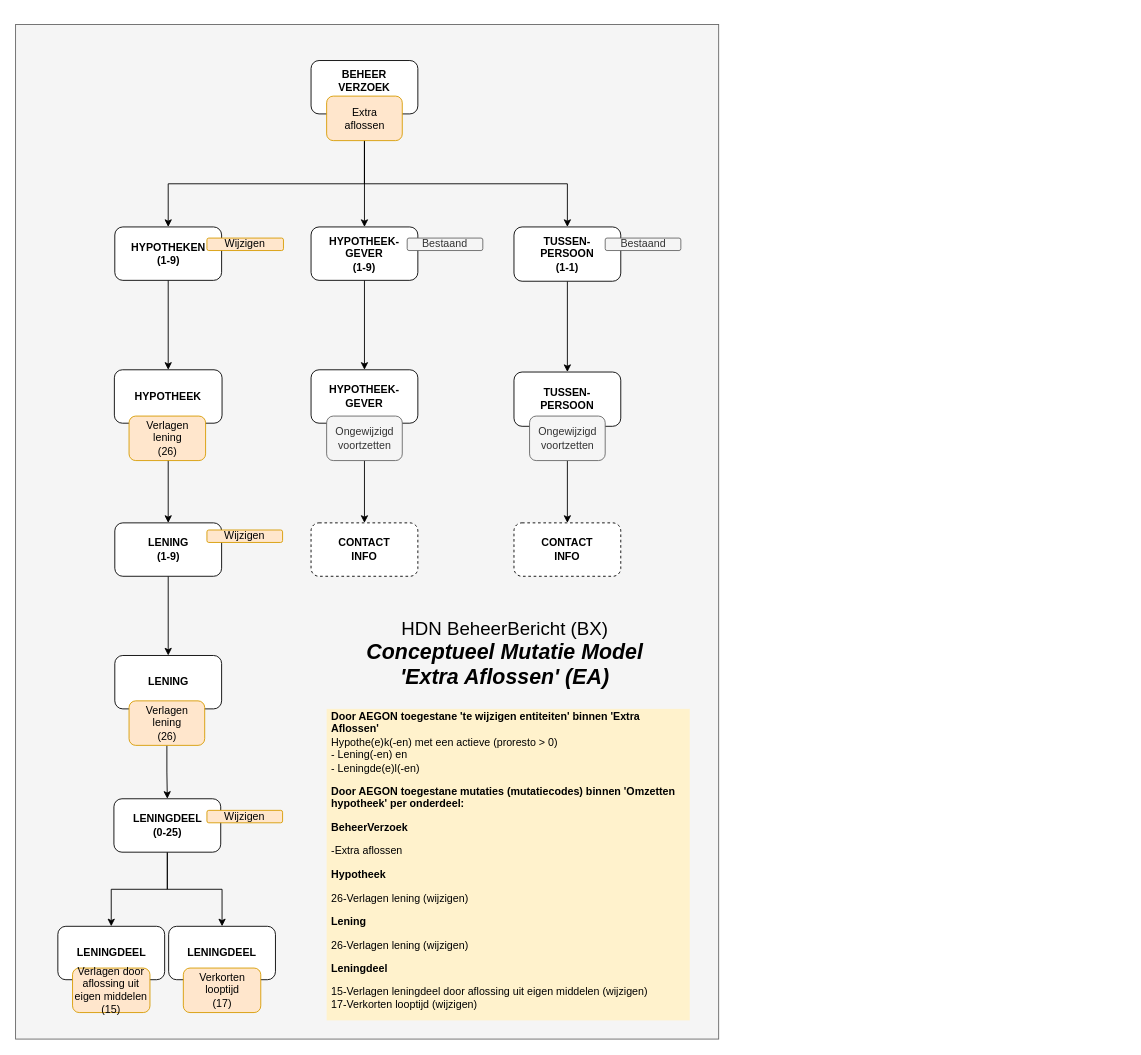
Above: page "MutatieModel EA" (3 of 5) of HDN_BX_MM_ExtraAflossing.drawio in luchthandel/diagrams (draw.io), before the change. Source tidied: cells renumbered, new cells numbered last; positions are measured from the earlier drawing's top-left corner, leaving out a move shared by most shapes. Both pictures are drawn from the tidied source at 89%, with x=0, y=0 at pixel (15, 24).
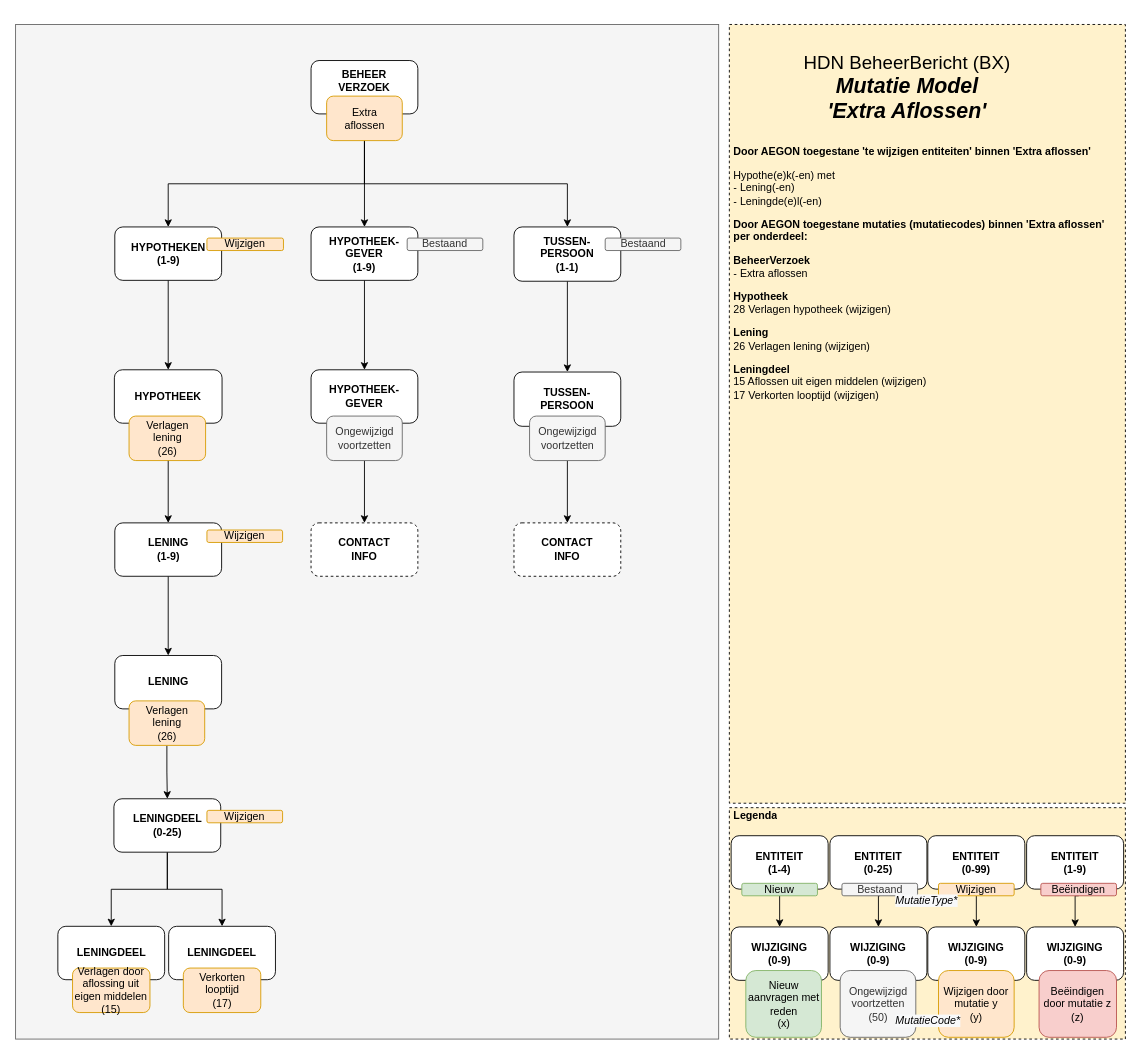
The same diagram, later.

Change to the diagram source:
```diff
@@
-    <mxCell id="3" value="&lt;p&gt;&lt;b&gt;Door AEGON toegestane 'te wijzigen entiteiten' binnen 'Extra Aflossen'&lt;/b&gt;&lt;br&gt;Hypothe(e)k(-en) met een actieve (proresto &amp;gt; 0)&lt;br&gt;- Lening(-en) en&lt;br&gt;- Leningde(e)l(-en)&lt;b&gt;&lt;br&gt;&lt;/b&gt;&lt;/p&gt;&lt;p&gt;&lt;b&gt;Door AEGON toegestane mutaties (mutatiecodes) binnen 'Omzetten hypotheek' per onderdeel:&lt;/b&gt;&lt;br&gt;&lt;/p&gt;&lt;p&gt;&lt;b&gt;BeheerVerzoek&lt;/b&gt;&lt;br&gt;&lt;/p&gt;&lt;p&gt;-Extra aflossen&lt;/p&gt;&lt;p&gt;&lt;b&gt;Hypotheek&lt;/b&gt;&lt;/p&gt;&lt;p&gt;26-Verlagen lening (wijzigen)&lt;br&gt;&lt;/p&gt;&lt;p&gt;&lt;b&gt;Lening&lt;/b&gt;&lt;br&gt;&lt;/p&gt;&lt;p&gt;26-Verlagen lening (wijzigen)&lt;br&gt;&lt;/p&gt;&lt;p&gt;&lt;b&gt;Leningdeel&lt;/b&gt;&lt;/p&gt;&lt;p&gt;15-Verlagen leningdeel door aflossing uit eigen middelen (wijzigen)&lt;br&gt;17-Verkorten looptijd (wijzigen)&lt;br&gt;&lt;/p&gt;" style="text;html=1;fillColor=#fff2cc;spacing=5;spacingTop=-20;whiteSpace=wrap;overflow=hidden;rounded=0;verticalAlign=top;" parent="1" vertex="1">
-      <mxGeometry x="349.5" y="769" width="408" height="350" as="geometry" />
-    </mxCell>
@@
-    <mxCell id="29" value="&lt;font style=&quot;font-size: 21px&quot;&gt;HDN BeheerBericht (BX)&lt;br&gt;&lt;/font&gt;&lt;span style=&quot;font-size: 24px&quot;&gt;&lt;b&gt;&lt;i&gt;Conceptueel Mutatie Model&lt;br&gt;'Extra Aflossen' (EA)&lt;br&gt;&lt;/i&gt;&lt;/b&gt;&lt;/span&gt;" style="text;html=1;strokeColor=none;fillColor=none;align=center;verticalAlign=middle;whiteSpace=wrap;rounded=0;" parent="1" vertex="1">
-      <mxGeometry x="390" y="660" width="320" height="93" as="geometry" />
-    </mxCell>
@@
+    <mxCell id="45" value="&lt;p&gt;&lt;b&gt;&lt;br class=&quot;Apple-interchange-newline&quot;&gt;&lt;br&gt;&lt;/b&gt;&lt;/p&gt;&lt;p&gt;&lt;b&gt;&lt;br class=&quot;Apple-interchange-newline&quot;&gt;&lt;br&gt;&lt;/b&gt;&lt;/p&gt;&lt;p&gt;&lt;br&gt;&lt;/p&gt;&lt;p&gt;&lt;br&gt;&lt;/p&gt;&lt;p&gt;&lt;b&gt;Door AEGON toegestane 'te wijzigen entiteiten' binnen 'Extra aflossen'&lt;/b&gt;&lt;br&gt;&lt;/p&gt;&lt;p&gt;Hypothe(e)k(-en) met&lt;br&gt;- Lening(-en)&lt;br&gt;- Leningde(e)l(-en)&lt;br&gt;&lt;/p&gt;&lt;p&gt;&lt;b&gt;Door AEGON toegestane mutaties (mutatiecodes) binnen 'Extra aflossen' per onderdeel:&lt;/b&gt;&lt;br&gt;&lt;/p&gt;&lt;p&gt;&lt;b&gt;BeheerVerzoek&lt;/b&gt;&lt;br&gt;- Extra aflossen&lt;/p&gt;&lt;p&gt;&lt;b&gt;Hypotheek&lt;/b&gt;&lt;br&gt;28 Verlagen hypotheek (wijzigen)&lt;br&gt;&lt;/p&gt;&lt;p&gt;&lt;b&gt;Lening&lt;br&gt;&lt;/b&gt;26 Verlagen lening (wijzigen)&lt;/p&gt;&lt;p&gt;&lt;b&gt;Leningdeel&lt;/b&gt;&lt;br&gt;15 Aflossen uit eigen middelen (wijzigen)&lt;br&gt;17 Verkorten looptijd (wijzigen)&lt;/p&gt;&lt;br&gt;&lt;p&gt;&lt;/p&gt;" style="text;html=1;fillColor=#fff2cc;spacing=5;spacingTop=-20;whiteSpace=wrap;overflow=hidden;rounded=0;align=left;fontSize=12;verticalAlign=top;strokeColor=#000000;dashed=1;" parent="1" vertex="1">
+      <mxGeometry x="802" width="445" height="875" as="geometry" />
+    </mxCell>
+    <mxCell id="46" value="&lt;font style=&quot;font-size: 21px&quot;&gt;HDN BeheerBericht (BX)&lt;br&gt;&lt;/font&gt;&lt;span style=&quot;font-size: 24px&quot;&gt;&lt;b&gt;&lt;i&gt;Mutatie Model&lt;br&gt;'Extra Aflossen'&lt;br&gt;&lt;/i&gt;&lt;/b&gt;&lt;/span&gt;" style="text;html=1;strokeColor=none;fillColor=none;align=center;verticalAlign=middle;whiteSpace=wrap;rounded=0;" parent="1" vertex="1">
+      <mxGeometry x="832.5" y="24" width="338" height="93" as="geometry" />
+    </mxCell>
+    <mxCell id="47" value="&lt;p style=&quot;font-size: 12px&quot;&gt;&lt;b&gt;Legenda&lt;/b&gt;&lt;/p&gt;&lt;p&gt;&lt;/p&gt;" style="text;html=1;fillColor=#fff2cc;spacing=5;spacingTop=-20;whiteSpace=wrap;overflow=hidden;rounded=0;align=left;fontSize=12;verticalAlign=top;strokeColor=#000000;dashed=1;" parent="1" vertex="1">
+      <mxGeometry x="802" y="880" width="445" height="260" as="geometry" />
+    </mxCell>
+    <mxCell id="48" value="ENTITEIT&lt;br&gt;(1-4)" style="rounded=1;whiteSpace=wrap;html=1;fontStyle=1;" parent="1" vertex="1">
+      <mxGeometry x="804" y="911.5" width="109" height="60" as="geometry" />
+    </mxCell>
+    <mxCell id="49" style="edgeStyle=orthogonalEdgeStyle;rounded=0;jettySize=auto;html=1;exitX=0.5;exitY=1;exitDx=0;exitDy=0;entryX=0.5;entryY=0;entryDx=0;entryDy=0;" parent="1" edge="1" source="50" target="54">
+      <mxGeometry relative="1" as="geometry" />
+    </mxCell>
+    <mxCell id="50" value="&lt;span style=&quot;font-weight: 400&quot;&gt;Nieuw&lt;/span&gt;" style="rounded=1;whiteSpace=wrap;html=1;fontStyle=1;fillColor=#d5e8d4;strokeColor=#82b366;" parent="1" vertex="1">
+      <mxGeometry x="816" y="965" width="85" height="14" as="geometry" />
+    </mxCell>
+    <mxCell id="51" value="ENTITEIT&lt;br&gt;(0-25)" style="rounded=1;whiteSpace=wrap;html=1;fontStyle=1;" parent="1" vertex="1">
+      <mxGeometry x="915" y="911.5" width="109" height="60" as="geometry" />
+    </mxCell>
+    <mxCell id="52" value="ENTITEIT&lt;br&gt;(0-99)" style="rounded=1;whiteSpace=wrap;html=1;fontStyle=1;" parent="1" vertex="1">
+      <mxGeometry x="1025" y="911.5" width="109" height="60" as="geometry" />
+    </mxCell>
+    <mxCell id="53" value="ENTITEIT&lt;br&gt;(1-9)" style="rounded=1;whiteSpace=wrap;html=1;fontStyle=1;" parent="1" vertex="1">
+      <mxGeometry x="1136" y="911.5" width="109" height="60" as="geometry" />
+    </mxCell>
+    <mxCell id="54" value="WIJZIGING&lt;br&gt;(0-9)" style="rounded=1;whiteSpace=wrap;html=1;fontStyle=1;" parent="1" vertex="1">
+      <mxGeometry x="804" y="1014" width="109" height="60" as="geometry" />
+    </mxCell>
+    <mxCell id="55" value="WIJZIGING&lt;br&gt;(0-9)" style="rounded=1;whiteSpace=wrap;html=1;fontStyle=1;" parent="1" vertex="1">
+      <mxGeometry x="915" y="1014" width="109" height="60" as="geometry" />
+    </mxCell>
+    <mxCell id="56" value="WIJZIGING&lt;br&gt;(0-9)" style="rounded=1;whiteSpace=wrap;html=1;fontStyle=1;" parent="1" vertex="1">
+      <mxGeometry x="1025" y="1014" width="109" height="60" as="geometry" />
+    </mxCell>
+    <mxCell id="57" value="WIJZIGING&lt;br&gt;(0-9)" style="rounded=1;whiteSpace=wrap;html=1;fontStyle=1;" parent="1" vertex="1">
+      <mxGeometry x="1136" y="1014" width="109" height="60" as="geometry" />
+    </mxCell>
+    <mxCell id="58" value="&lt;span style=&quot;font-weight: 400&quot;&gt;Ongewijzigd&lt;br&gt;voortzetten&lt;br&gt;(50)&lt;br&gt;&lt;/span&gt;" style="rounded=1;whiteSpace=wrap;html=1;fontStyle=1;fillColor=#f5f5f5;strokeColor=#666666;fontColor=#333333;" parent="1" vertex="1">
+      <mxGeometry x="926.5" y="1063" width="85" height="75" as="geometry" />
+    </mxCell>
+    <mxCell id="59" value="&lt;span style=&quot;font-weight: 400&quot;&gt;Nieuw aanvragen met reden &lt;br&gt;(x)&lt;br&gt;&lt;/span&gt;" style="rounded=1;whiteSpace=wrap;html=1;fontStyle=1;fillColor=#d5e8d4;strokeColor=#82b366;" parent="1" vertex="1">
+      <mxGeometry x="820.5" y="1063" width="85" height="75" as="geometry" />
+    </mxCell>
+    <mxCell id="60" value="&lt;span style=&quot;font-weight: 400&quot;&gt;Beëindigen door mutatie z&lt;br&gt;&lt;/span&gt;&lt;span style=&quot;font-weight: 400&quot;&gt;(z)&lt;br&gt;&lt;/span&gt;" style="rounded=1;whiteSpace=wrap;html=1;fontStyle=1;fillColor=#f8cecc;strokeColor=#b85450;" parent="1" vertex="1">
+      <mxGeometry x="1150" y="1063" width="87" height="75" as="geometry" />
+    </mxCell>
+    <mxCell id="61" value="&lt;span style=&quot;font-weight: 400&quot;&gt;Wijzigen door mutatie y&lt;br&gt;(y)&lt;br&gt;&lt;/span&gt;" style="rounded=1;whiteSpace=wrap;html=1;fontStyle=1;fillColor=#ffe6cc;strokeColor=#d79b00;" parent="1" vertex="1">
+      <mxGeometry x="1037" y="1063" width="85" height="75" as="geometry" />
+    </mxCell>
+    <mxCell id="62" style="edgeStyle=orthogonalEdgeStyle;rounded=0;jettySize=auto;html=1;exitX=0.5;exitY=1;exitDx=0;exitDy=0;entryX=0.5;entryY=0;entryDx=0;entryDy=0;" parent="1" edge="1" source="63" target="55">
+      <mxGeometry relative="1" as="geometry" />
+    </mxCell>
+    <mxCell id="63" value="&lt;span style=&quot;font-weight: 400&quot;&gt;Bestaand&lt;/span&gt;" style="rounded=1;whiteSpace=wrap;html=1;fontStyle=1;fillColor=#f5f5f5;strokeColor=#666666;fontColor=#333333;" parent="1" vertex="1">
+      <mxGeometry x="928.5" y="965" width="85" height="14" as="geometry" />
+    </mxCell>
+    <mxCell id="64" style="edgeStyle=orthogonalEdgeStyle;rounded=0;jettySize=auto;html=1;exitX=0.5;exitY=1;exitDx=0;exitDy=0;entryX=0.5;entryY=0;entryDx=0;entryDy=0;" parent="1" edge="1" source="65" target="56">
+      <mxGeometry relative="1" as="geometry" />
+    </mxCell>
+    <mxCell id="65" value="&lt;span style=&quot;font-weight: 400&quot;&gt;Wijzigen&lt;/span&gt;" style="rounded=1;whiteSpace=wrap;html=1;fontStyle=1;fillColor=#ffe6cc;strokeColor=#d79b00;" parent="1" vertex="1">
+      <mxGeometry x="1037" y="965" width="85" height="14" as="geometry" />
+    </mxCell>
+    <mxCell id="66" style="edgeStyle=orthogonalEdgeStyle;rounded=0;jettySize=auto;html=1;exitX=0.5;exitY=1;exitDx=0;exitDy=0;entryX=0.5;entryY=0;entryDx=0;entryDy=0;" parent="1" edge="1" source="67" target="57">
+      <mxGeometry relative="1" as="geometry" />
+    </mxCell>
+    <mxCell id="67" value="&lt;span style=&quot;font-weight: 400&quot;&gt;Beëindigen&lt;/span&gt;" style="rounded=1;whiteSpace=wrap;html=1;fontStyle=1;fillColor=#f8cecc;strokeColor=#b85450;" parent="1" vertex="1">
+      <mxGeometry x="1152" y="965" width="85" height="14" as="geometry" />
+    </mxCell>
+    <mxCell id="68" value="&lt;i style=&quot;color: rgb(0 , 0 , 0) ; font-family: &amp;#34;helvetica&amp;#34; ; font-size: 12px ; font-weight: 400 ; letter-spacing: normal ; text-align: right ; text-indent: 0px ; text-transform: none ; word-spacing: 0px ; background-color: rgb(248 , 249 , 250)&quot;&gt;MutatieType*&lt;br&gt;&lt;/i&gt;" style="text;whiteSpace=wrap;html=1;fontColor=#808080;" parent="1" vertex="1">
+      <mxGeometry x="987" y="970.5" width="87" height="28" as="geometry" />
+    </mxCell>
+    <mxCell id="69" value="&lt;i style=&quot;color: rgb(0 , 0 , 0) ; font-family: &amp;#34;helvetica&amp;#34; ; font-size: 12px ; font-weight: 400 ; letter-spacing: normal ; text-align: right ; text-indent: 0px ; text-transform: none ; word-spacing: 0px ; background-color: rgb(248 , 249 , 250)&quot;&gt;MutatieCode*&lt;br&gt;&lt;/i&gt;" style="text;whiteSpace=wrap;html=1;fontColor=#808080;" parent="1" vertex="1">
+      <mxGeometry x="987" y="1106" width="87" height="28" as="geometry" />
+    </mxCell>
```
